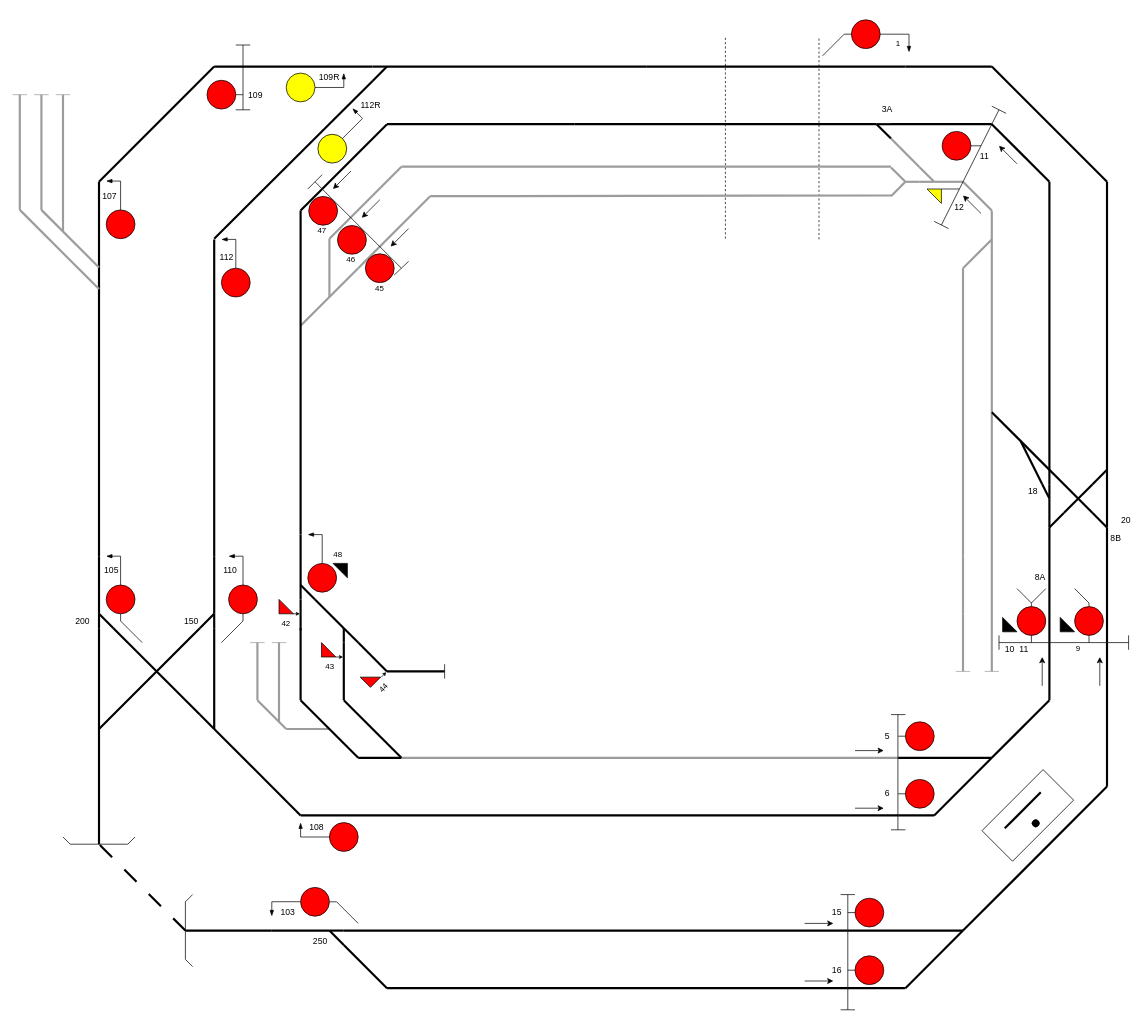
chrismfield/Signalling_Project keeps this draw.io diagram as SVG Dev/WDSME Scheme_B.drawio. Above is the earlier version. Source tidied: cells renumbered, new cells numbered last; positions are measured from the earlier drawing's top-left corner, leaving out a move shared by most shapes. Both pictures are drawn from the tidied source at 72%, with x=0, y=0 at pixel (12, -13).
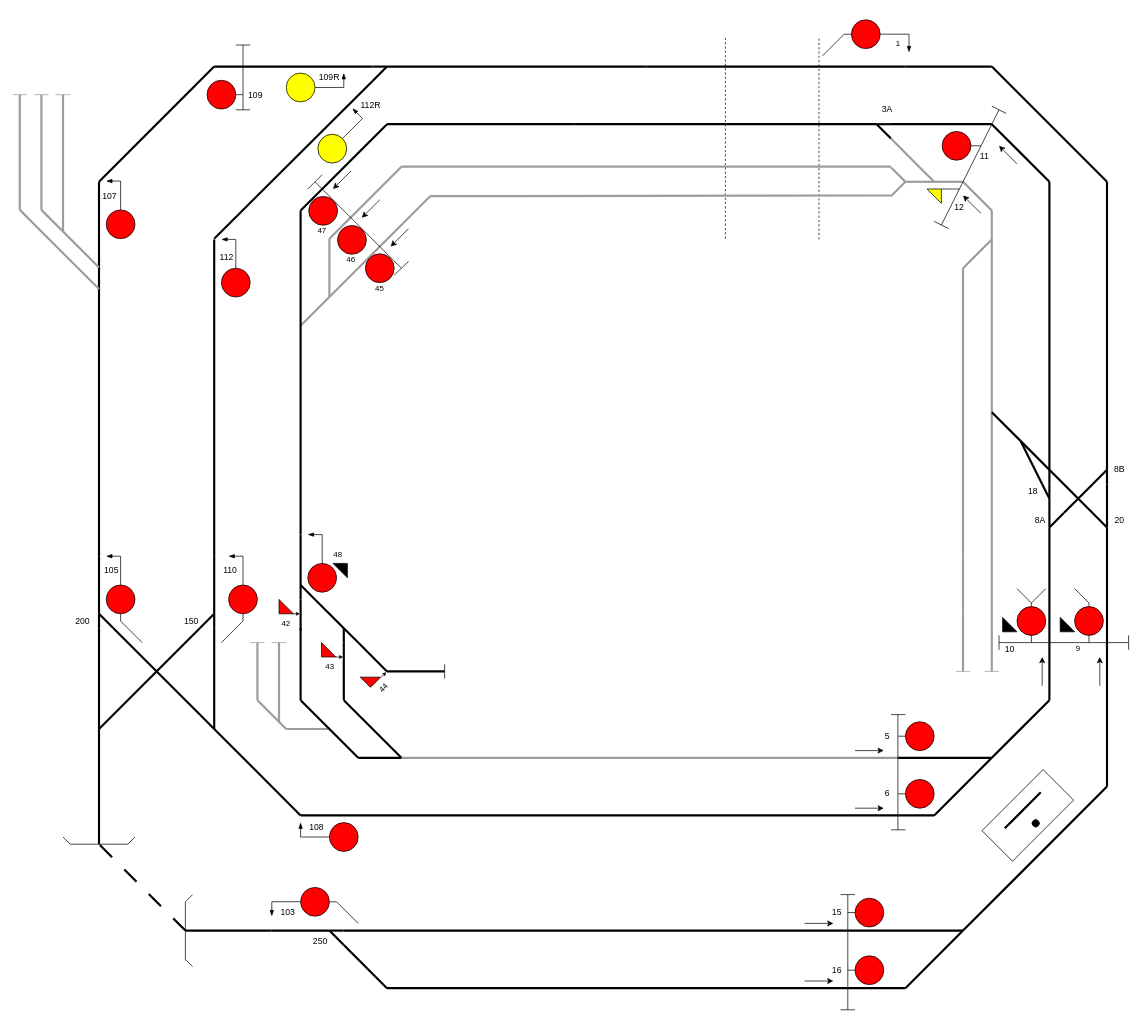
After the change.

The change refers to these unchanged cells:
```xml
<mxCell id="143" style="group;" parent="1" vertex="1">
  <mxGeometry x="880" y="110" width="640" height="800" as="geometry" />
</mxCell>
<mxCell id="303" style="group;" parent="168" vertex="1">
  <mxGeometry x="1365" y="835" width="70" height="93" as="geometry" />
</mxCell>
```

The edit, as a diff of the source:
```diff
@@
     <mxCell id="87" value="8A" style="text;html=1;align=center;verticalAlign=middle;whiteSpace=wrap;rounded=0;" parent="1" vertex="1">
-      <mxGeometry x="1420" y="805" width="15" height="30" as="geometry" />
+      <mxGeometry x="1420" y="725" width="15" height="30" as="geometry" />
     </mxCell>
     <mxCell id="88" value="8B" style="text;html=1;align=center;verticalAlign=middle;whiteSpace=wrap;rounded=0;" parent="1" vertex="1">
-      <mxGeometry x="1525" y="750" width="15" height="30" as="geometry" />
+      <mxGeometry x="1530" y="655" width="15" height="30" as="geometry" />
     </mxCell>
@@
     <mxCell id="90" value="20" style="text;html=1;align=center;verticalAlign=middle;whiteSpace=wrap;rounded=0;" parent="1" vertex="1">
-      <mxGeometry x="1535" y="725" width="22.5" height="30" as="geometry" />
+      <mxGeometry x="1526.2" y="725" width="22.5" height="30" as="geometry" />
     </mxCell>
@@
     <mxCell id="146" style="endArrow=none;html=1;rounded=0;strokeColor=default;strokeWidth=3;align=center;verticalAlign=middle;fontFamily=Helvetica;fontSize=11;fontColor=default;labelBackgroundColor=default;" parent="143" edge="1">
       <mxGeometry relative="1" as="geometry">
-        <mxPoint x="640" y="620" as="sourcePoint" />
+        <mxPoint x="640" y="560" as="sourcePoint" />
         <mxPoint x="640" y="160" as="targetPoint" />
       </mxGeometry>
     </mxCell>
@@
-    <mxCell id="148" style="endArrow=none;html=1;rounded=0;strokeWidth=3;" parent="143" edge="1">
-      <mxGeometry relative="1" as="geometry">
-        <mxPoint x="640" y="800" as="sourcePoint" />
-        <mxPoint x="640" y="640" as="targetPoint" />
-      </mxGeometry>
-    </mxCell>
@@
+    <mxCell id="148" style="endArrow=none;html=1;rounded=0;strokeWidth=3;" parent="143" edge="1">
+      <mxGeometry relative="1" as="geometry">
+        <mxPoint x="640" y="580" as="sourcePoint" />
+        <mxPoint x="640" y="560" as="targetPoint" />
+      </mxGeometry>
+    </mxCell>
+    <mxCell id="320" style="endArrow=none;html=1;rounded=0;strokeColor=default;strokeWidth=3;align=center;verticalAlign=middle;fontFamily=Helvetica;fontSize=11;fontColor=default;labelBackgroundColor=default;" parent="143" edge="1">
+      <mxGeometry relative="1" as="geometry">
+        <mxPoint x="640" y="800" as="sourcePoint" />
+        <mxPoint x="640" y="640" as="targetPoint" />
+      </mxGeometry>
+    </mxCell>
@@
+    <mxCell id="321" style="endArrow=none;html=1;rounded=0;strokeColor=default;strokeWidth=3;align=center;verticalAlign=middle;fontFamily=Helvetica;fontSize=11;fontColor=default;labelBackgroundColor=default;" parent="1" edge="1">
+      <mxGeometry relative="1" as="geometry">
+        <mxPoint x="1520" y="730" as="sourcePoint" />
+        <mxPoint x="1520" y="690" as="targetPoint" />
+      </mxGeometry>
+    </mxCell>
@@
-    <mxCell id="310" value="11" style="text;html=1;align=center;verticalAlign=middle;whiteSpace=wrap;rounded=0;" parent="303" vertex="1">
-      <mxGeometry x="30" y="80" width="20" height="10" as="geometry" />
-    </mxCell>
```
